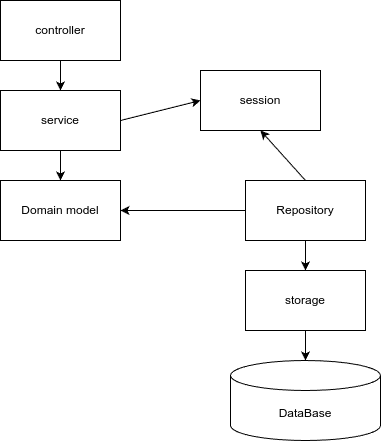
The draw.io diagram schemas/app.drawio.png in iKonstantin1991/patterns_book, before a commit. Source tidied: cells renumbered, new cells last; positions are measured from the earlier drawing's top-left corner, leaving out a move shared by most shapes.
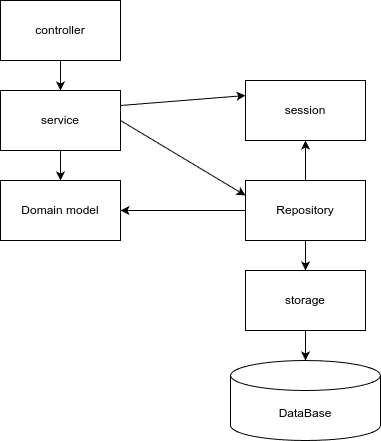
Later version of the same file.

Change to the diagram source:
```diff
@@ -14,9 +14,12 @@
     <mxCell id="5" style="edgeStyle=none;html=1;exitX=0.5;exitY=1;exitDx=0;exitDy=0;" parent="1" edge="1" source="7" target="2">
       <mxGeometry relative="1" as="geometry" />
     </mxCell>
-    <mxCell id="6" style="edgeStyle=none;html=1;exitX=1;exitY=0.5;exitDx=0;exitDy=0;entryX=0;entryY=0.5;entryDx=0;entryDy=0;" parent="1" edge="1" source="7" target="14">
+    <mxCell id="6" style="edgeStyle=none;html=1;exitX=1;exitY=0.5;exitDx=0;exitDy=0;entryX=0;entryY=0.25;entryDx=0;entryDy=0;" parent="1" edge="1" source="7" target="13">
       <mxGeometry relative="1" as="geometry" />
     </mxCell>
+    <mxCell id="16" style="edgeStyle=none;html=1;exitX=1;exitY=0.25;exitDx=0;exitDy=0;entryX=0;entryY=0.25;entryDx=0;entryDy=0;" parent="1" edge="1" source="7" target="14">
+      <mxGeometry relative="1" as="geometry" />
+    </mxCell>
     <mxCell id="7" value="service" style="rounded=0;whiteSpace=wrap;html=1;" parent="1" vertex="1">
       <mxGeometry y="90" width="120" height="60" as="geometry" />
     </mxCell>
@@ -39,7 +42,7 @@
       <mxGeometry x="245" y="180" width="120" height="60" as="geometry" />
     </mxCell>
     <mxCell id="14" value="session" style="rounded=0;whiteSpace=wrap;html=1;" parent="1" vertex="1">
-      <mxGeometry x="200" y="70" width="120" height="60" as="geometry" />
+      <mxGeometry x="245" y="80" width="120" height="60" as="geometry" />
     </mxCell>
     <mxCell id="15" style="edgeStyle=none;html=1;exitX=0.5;exitY=1;exitDx=0;exitDy=0;entryX=0.5;entryY=0;entryDx=0;entryDy=0;entryPerimeter=0;" parent="1" edge="1" source="9" target="8">
       <mxGeometry relative="1" as="geometry" />
```
